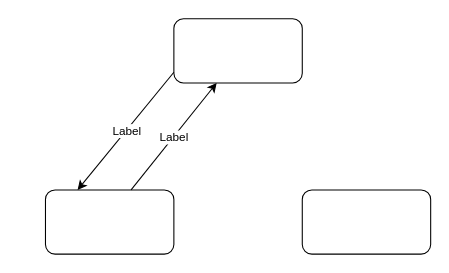
The draw.io diagram Pictures/未命名绘图.drawio in jiaong/image, before the edit. Source tidied: cells renumbered, new cells numbered last; positions are measured from the earlier drawing's top-left corner, leaving out a move shared by most shapes. Both pictures are drawn from the tidied source at 107%, with x=0, y=0 at pixel (45, 18).
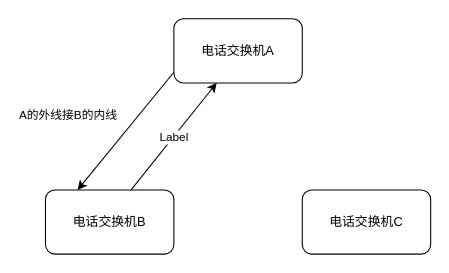
After the change.

Commit message (it also covers changes not shown here):
更新未命名绘图.drawio

What changed in the source:
```diff
@@
 <mxGraphModel>
   <root>
     <mxCell id="0" />
     <mxCell id="1" parent="0" />
-    <mxCell id="2" style="rounded=1;whiteSpace=wrap;html=1;" parent="1" vertex="1">
+    <mxCell id="2" value="电话交换机B" style="rounded=1;whiteSpace=wrap;html=1;" parent="1" vertex="1">
       <mxGeometry y="160" width="120" height="60" as="geometry" />
     </mxCell>
-    <mxCell id="3" style="rounded=1;whiteSpace=wrap;html=1;" parent="1" vertex="1">
+    <mxCell id="3" value="电话交换机A" style="rounded=1;whiteSpace=wrap;html=1;" parent="1" vertex="1">
       <mxGeometry x="120" width="120" height="60" as="geometry" />
     </mxCell>
-    <mxCell id="4" style="rounded=1;whiteSpace=wrap;html=1;" parent="1" vertex="1">
+    <mxCell id="4" value="电话交换机C" style="rounded=1;whiteSpace=wrap;html=1;" parent="1" vertex="1">
       <mxGeometry x="240" y="160" width="120" height="60" as="geometry" />
     </mxCell>
     <mxCell id="5" style="endArrow=classic;html=1;entryX=0.25;entryY=0;entryDx=0;entryDy=0;" parent="1" edge="1" target="2">
       <mxGeometry relative="1" as="geometry">
         <mxPoint x="120" y="50" as="sourcePoint" />
       </mxGeometry>
     </mxCell>
-    <mxCell id="6" value="Label" style="edgeLabel;html=1;align=center;verticalAlign=middle;" parent="5" vertex="1">
-      <mxGeometry relative="1" as="geometry" />
+    <mxCell id="6" value="A的外线接B的内线" style="edgeLabel;html=1;align=center;verticalAlign=middle;rotation=0;" parent="5" vertex="1">
+      <mxGeometry relative="1" as="geometry">
+        <mxPoint x="-55" y="-15" as="offset" />
+      </mxGeometry>
     </mxCell>
     <mxCell id="7" style="endArrow=classic;html=1;" parent="1" edge="1">
       <mxGeometry relative="1" as="geometry">
         <mxPoint x="80" y="160" as="sourcePoint" />
         <mxPoint x="160" y="60" as="targetPoint" />
       </mxGeometry>
     </mxCell>
     <mxCell id="8" value="Label" style="edgeLabel;html=1;align=center;verticalAlign=middle;" parent="7" vertex="1">
       <mxGeometry relative="1" as="geometry" />
     </mxCell>
   </root>
 </mxGraphModel>
```
